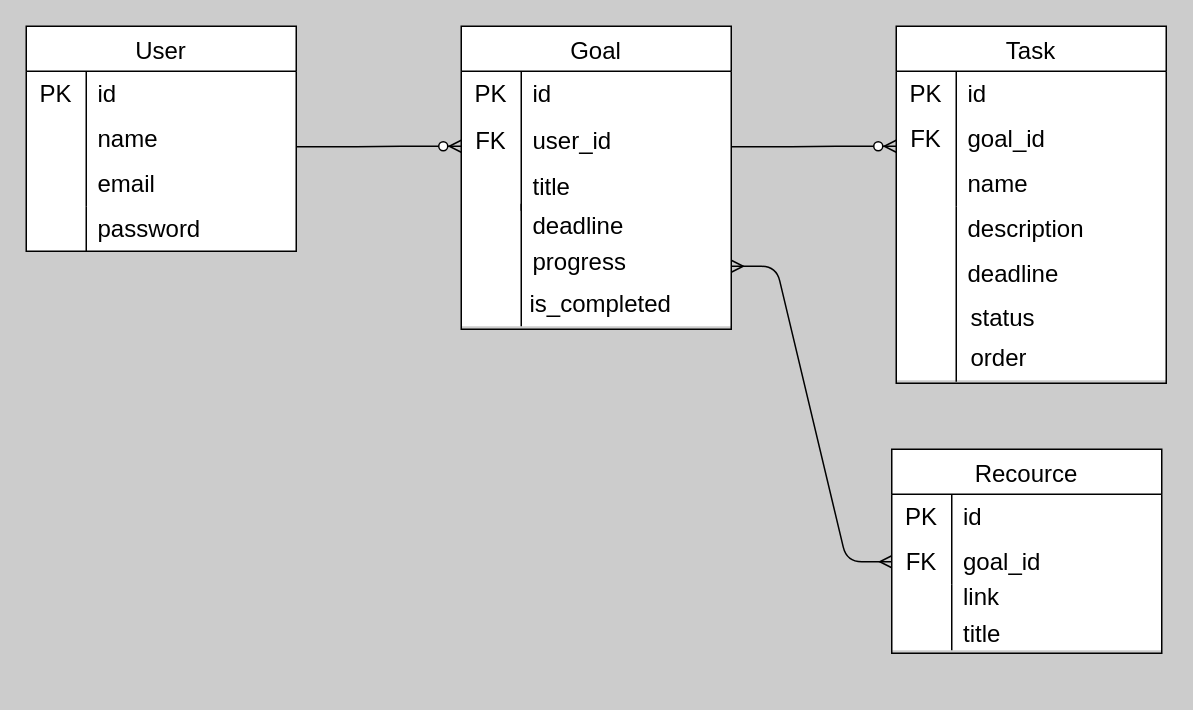
The draw.io diagram taskall.dio in ShotaMihara/Taskall, before the edit. Source tidied: cells renumbered, new cells numbered last; positions are measured from the earlier drawing's top-left corner, leaving out a move shared by most shapes. Both pictures are drawn from the tidied source at 150%, with x=0, y=0 at pixel (26, 26).
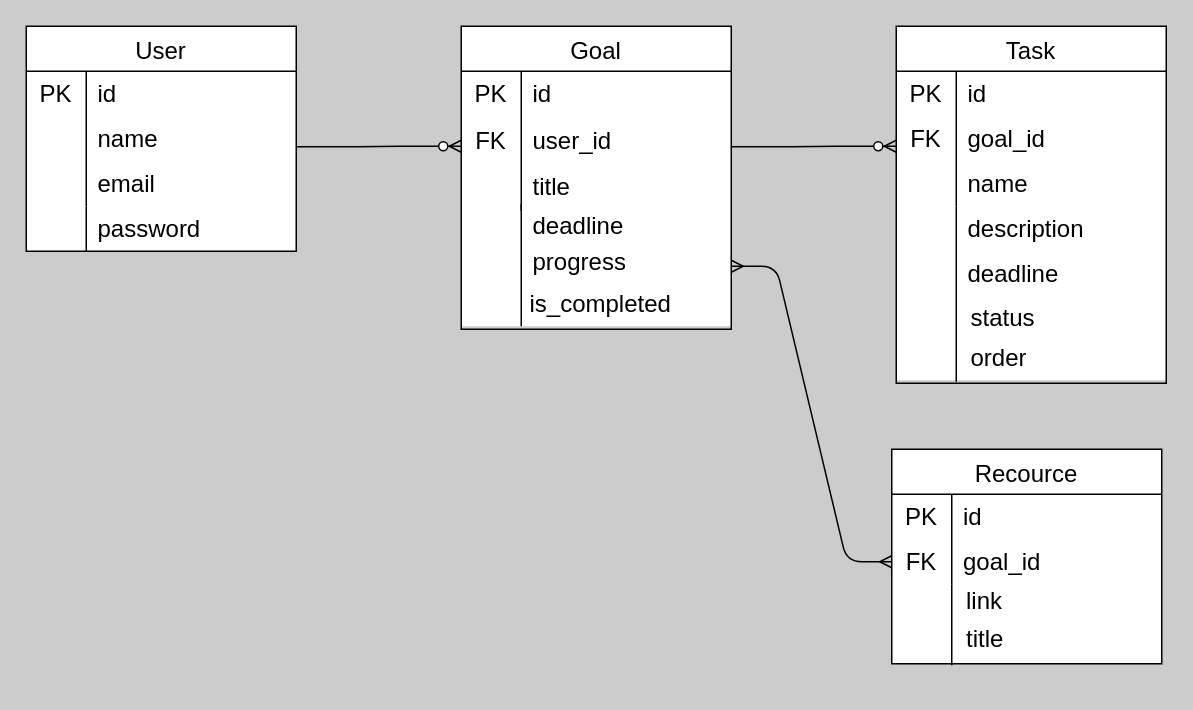
After the change.

What changed in the source:
```diff
@@
-    <mxCell id="50" style="group;" parent="1" vertex="1">
-      <mxGeometry x="577" y="282" width="180" height="156" as="geometry" />
-    </mxCell>
+    <mxCell id="62" value="order" style="shape=partialRectangle;html=1;whiteSpace=wrap;fillColor=none;top=0;left=0;bottom=0;right=0;align=left;spacingLeft=6;overflow=hidden;strokeColor=inherit;fontSize=16;" parent="1" vertex="1">
+      <mxGeometry x="622" y="206" width="130" height="30" as="geometry" />
+    </mxCell>
-    <mxCell id="51" style="group;fillColor=default;" parent="50" vertex="1">
-      <mxGeometry width="180" height="134" as="geometry" />
+    <mxCell id="51" style="group;fillColor=default;" parent="1" vertex="1">
+      <mxGeometry x="577" y="282" width="180" height="143" as="geometry" />
     </mxCell>
-    <mxCell id="52" value="Recource" style="shape=table;startSize=30;childLayout=tableLayout;rowLines=0;fontStyle=0;strokeColor=default;fontSize=16;fillColor=default;" parent="50" vertex="1">
-      <mxGeometry width="180" height="136" as="geometry" />
+    <mxCell id="52" value="Recource" style="shape=table;startSize=30;childLayout=tableLayout;rowLines=0;fontStyle=0;strokeColor=default;fontSize=16;fillColor=default;" parent="1" vertex="1">
+      <mxGeometry x="577" y="282" width="180" height="143" as="geometry" />
     </mxCell>
@@
-    <mxCell id="59" value="link" style="shape=partialRectangle;html=1;whiteSpace=wrap;fillColor=none;top=0;left=0;bottom=0;right=0;align=left;spacingLeft=6;overflow=hidden;strokeColor=default;fontSize=16;" parent="50" vertex="1">
-      <mxGeometry x="40" y="78" width="140" height="39" as="geometry" />
+    <mxCell id="59" value="link" style="shape=partialRectangle;html=1;whiteSpace=wrap;fillColor=none;top=0;left=0;bottom=0;right=0;align=left;spacingLeft=6;overflow=hidden;strokeColor=default;fontSize=16;" parent="1" vertex="1">
+      <mxGeometry x="619" y="363" width="140" height="39" as="geometry" />
     </mxCell>
-    <mxCell id="60" style="endArrow=none;html=1;" parent="50" edge="1">
+    <mxCell id="60" style="endArrow=none;html=1;" parent="1" edge="1">
       <mxGeometry relative="1" as="geometry">
-        <mxPoint x="40" y="90" as="sourcePoint" />
-        <mxPoint x="40" y="134" as="targetPoint" />
+        <mxPoint x="617" y="372" as="sourcePoint" />
+        <mxPoint x="617" y="426" as="targetPoint" />
       </mxGeometry>
     </mxCell>
-    <mxCell id="61" value="title" style="shape=partialRectangle;html=1;whiteSpace=wrap;fillColor=none;top=0;left=0;bottom=0;right=0;align=left;spacingLeft=6;overflow=hidden;strokeColor=default;fontSize=16;" parent="50" vertex="1">
-      <mxGeometry x="40" y="103" width="140" height="39" as="geometry" />
+    <mxCell id="61" value="title" style="shape=partialRectangle;html=1;whiteSpace=wrap;fillColor=none;top=0;left=0;bottom=0;right=0;align=left;spacingLeft=6;overflow=hidden;strokeColor=default;fontSize=16;" parent="1" vertex="1">
+      <mxGeometry x="619" y="388" width="140" height="39" as="geometry" />
     </mxCell>
-    <mxCell id="62" value="order" style="shape=partialRectangle;html=1;whiteSpace=wrap;fillColor=none;top=0;left=0;bottom=0;right=0;align=left;spacingLeft=6;overflow=hidden;strokeColor=inherit;fontSize=16;" parent="1" vertex="1">
-      <mxGeometry x="622" y="206" width="130" height="30" as="geometry" />
-    </mxCell>
```
